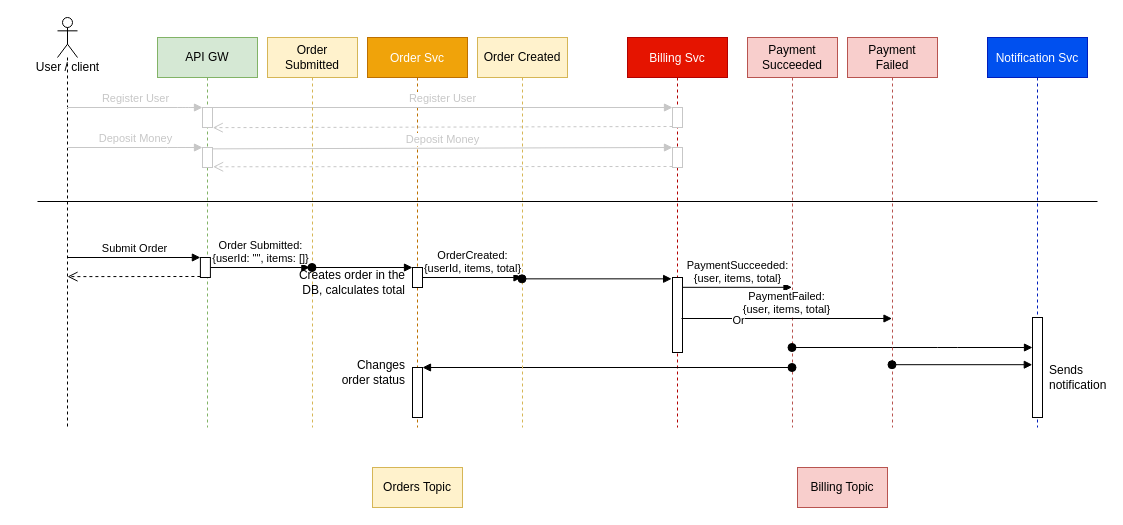
Earlier version of the draw.io diagram page "Event Collaboration" (3 of 3) of README.assets/the-three-interaction-styles.drawio (audintsev/otus-architect-eventing). Source tidied: cells renumbered, new cells numbered last; positions are measured from the earlier drawing's top-left corner, leaving out a move shared by most shapes. Both pictures are drawn from the tidied source at 100%, with x=0, y=0 at pixel (27, 17).
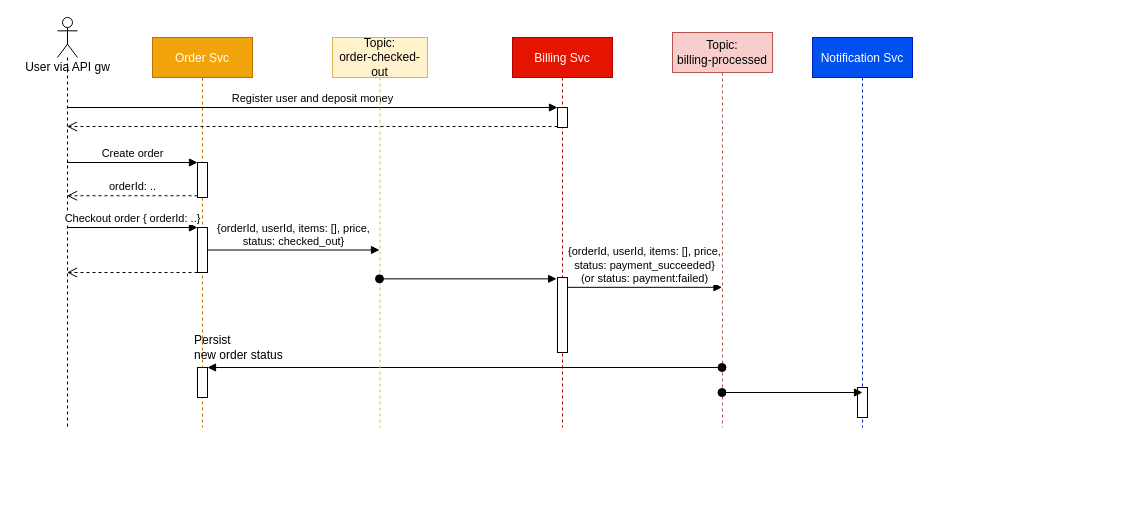
After the change.

Unchanged cells that the change refers to:
```xml
<mxCell id="8" style="html=1;points=[];perimeter=orthogonalPerimeter;" parent="5" vertex="1">
  <mxGeometry x="45" y="240" width="10" height="75" as="geometry" />
</mxCell>
<mxCell id="12" style="shape=umlLifeline;participant=umlActor;perimeter=lifelinePerimeter;whiteSpace=wrap;html=1;verticalAlign=top;spacingTop=36;outlineConnect=0;" parent="1" vertex="1">
  <mxGeometry x="30" width="20" height="410" as="geometry" />
</mxCell>
```

Diff of the diagram source:
```diff
@@
     <mxCell id="2" value="Order Svc" style="shape=umlLifeline;perimeter=lifelinePerimeter;rounded=0;shadow=0;strokeWidth=1;fillColor=#f0a30a;strokeColor=#BD7000;fontColor=#ffffff;" parent="1" vertex="1">
-      <mxGeometry x="340" y="20" width="100" height="390" as="geometry" />
+      <mxGeometry x="125" y="20" width="100" height="390" as="geometry" />
     </mxCell>
     <mxCell id="3" style="html=1;points=[];perimeter=orthogonalPerimeter;" parent="2" vertex="1">
-      <mxGeometry x="45" y="330" width="10" height="50" as="geometry" />
+      <mxGeometry x="45" y="330" width="10" height="30" as="geometry" />
     </mxCell>
     <mxCell id="4" style="html=1;points=[];perimeter=orthogonalPerimeter;align=right;" parent="2" vertex="1">
-      <mxGeometry x="45" y="230" width="10" height="20" as="geometry" />
+      <mxGeometry x="45" y="190" width="10" height="45" as="geometry" />
     </mxCell>
+    <mxCell id="45" style="html=1;points=[];perimeter=orthogonalPerimeter;strokeColor=#000000;" parent="2" vertex="1">
+      <mxGeometry x="45" y="125" width="10" height="35" as="geometry" />
+    </mxCell>
     <mxCell id="5" value="Billing Svc" style="shape=umlLifeline;perimeter=lifelinePerimeter;rounded=0;shadow=0;strokeWidth=1;fillColor=#e51400;strokeColor=#B20000;fontColor=#ffffff;" parent="1" vertex="1">
-      <mxGeometry x="600" y="20" width="100" height="390" as="geometry" />
+      <mxGeometry x="485" y="20" width="100" height="390" as="geometry" />
     </mxCell>
-    <mxCell id="6" style="html=1;points=[];perimeter=orthogonalPerimeter;strokeColor=#C7C7C7;fontColor=#C7C7C7;" parent="5" vertex="1">
+    <mxCell id="6" style="html=1;points=[];perimeter=orthogonalPerimeter;fontColor=#C7C7C7;" parent="5" vertex="1">
       <mxGeometry x="45" y="70" width="10" height="20" as="geometry" />
     </mxCell>
-    <mxCell id="7" style="html=1;points=[];perimeter=orthogonalPerimeter;strokeColor=#C7C7C7;" parent="5" vertex="1">
-      <mxGeometry x="45" y="110" width="10" height="20" as="geometry" />
-    </mxCell>
@@
     <mxCell id="9" value="Notification Svc" style="shape=umlLifeline;perimeter=lifelinePerimeter;rounded=0;shadow=0;strokeWidth=1;fillColor=#0050ef;strokeColor=#001DBC;fontColor=#ffffff;" parent="1" vertex="1">
-      <mxGeometry x="960" y="20" width="100" height="390" as="geometry" />
+      <mxGeometry x="785" y="20" width="100" height="390" as="geometry" />
     </mxCell>
     <mxCell id="10" style="html=1;points=[];perimeter=orthogonalPerimeter;" parent="9" vertex="1">
-      <mxGeometry x="45" y="280" width="10" height="100" as="geometry" />
+      <mxGeometry x="45" y="350" width="10" height="30" as="geometry" />
     </mxCell>
-    <mxCell id="11" value="Sends notification" style="text;html=1;strokeColor=none;fillColor=none;align=left;verticalAlign=middle;whiteSpace=wrap;rounded=0;" parent="9" vertex="1">
-      <mxGeometry x="60" y="330" width="40" height="20" as="geometry" />
-    </mxCell>
@@
-    <mxCell id="13" value="User / client" style="text;html=1;align=center;verticalAlign=middle;" parent="1" vertex="1">
-      <mxGeometry y="40" width="80" height="20" as="geometry" />
+    <mxCell id="13" value="User via API gw" style="text;html=1;align=center;verticalAlign=middle;" parent="1" vertex="1">
+      <mxGeometry x="-10" y="40" width="100" height="20" as="geometry" />
     </mxCell>
-    <mxCell id="14" value="API GW" style="shape=umlLifeline;perimeter=lifelinePerimeter;whiteSpace=wrap;html=1;fillColor=#d5e8d4;strokeColor=#82b366;" parent="1" vertex="1">
-      <mxGeometry x="130" y="20" width="100" height="390" as="geometry" />
-    </mxCell>
-    <mxCell id="15" style="html=1;points=[];perimeter=orthogonalPerimeter;strokeColor=#C7C7C7;fontColor=#C7C7C7;" parent="14" vertex="1">
-      <mxGeometry x="45" y="70" width="10" height="20" as="geometry" />
-    </mxCell>
-    <mxCell id="16" style="html=1;points=[];perimeter=orthogonalPerimeter;strokeColor=#C7C7C7;" parent="14" vertex="1">
-      <mxGeometry x="45" y="110" width="10" height="20" as="geometry" />
-    </mxCell>
-    <mxCell id="17" style="html=1;points=[];perimeter=orthogonalPerimeter;" parent="14" vertex="1">
-      <mxGeometry x="42.9" y="220" width="10" height="20" as="geometry" />
-    </mxCell>
-    <mxCell id="18" value="Register User" style="html=1;verticalAlign=bottom;endArrow=block;entryX=0;entryY=0;strokeColor=#C7C7C7;fontColor=#C7C7C7;" parent="1" edge="1" target="6">
-      <mxGeometry relative="1" as="geometry">
-        <mxPoint x="185" y="90" as="sourcePoint" />
-      </mxGeometry>
+    <mxCell id="18" value="&lt;font color=&quot;#000000&quot;&gt;Register user and deposit money&lt;/font&gt;" style="html=1;verticalAlign=bottom;endArrow=block;entryX=0;entryY=0;fontColor=#C7C7C7;" parent="1" edge="1" source="12" target="6">
+      <mxGeometry relative="1" as="geometry" />
     </mxCell>
-    <mxCell id="19" style="html=1;verticalAlign=bottom;endArrow=open;dashed=1;endSize=8;exitX=0;exitY=0.95;entryX=1.028;entryY=1.008;entryDx=0;entryDy=0;entryPerimeter=0;strokeColor=#C7C7C7;fontColor=#C7C7C7;" parent="1" edge="1" source="6" target="15">
+    <mxCell id="19" style="html=1;verticalAlign=bottom;endArrow=open;dashed=1;endSize=8;exitX=0;exitY=0.95;fontColor=#C7C7C7;" parent="1" edge="1" source="6" target="12">
       <mxGeometry relative="1" as="geometry" />
     </mxCell>
-    <mxCell id="20" value="Register User" style="html=1;verticalAlign=bottom;startArrow=none;endArrow=block;startSize=8;startFill=0;strokeColor=#C7C7C7;fontColor=#C7C7C7;" parent="1" edge="1" source="12" target="15">
-      <mxGeometry relative="1" as="geometry">
-        <Array as="points">
-          <mxPoint x="160" y="90" />
-        </Array>
-      </mxGeometry>
-    </mxCell>
-    <mxCell id="21" value="Deposit Money" style="html=1;verticalAlign=bottom;startArrow=none;endArrow=block;startSize=8;startFill=0;strokeColor=#C7C7C7;fontColor=#C7C7C7;" parent="1" edge="1" source="12" target="16">
-      <mxGeometry relative="1" as="geometry">
-        <Array as="points">
-          <mxPoint x="150" y="130" />
-        </Array>
-      </mxGeometry>
-    </mxCell>
-    <mxCell id="22" style="html=1;verticalAlign=bottom;endArrow=open;dashed=1;endSize=8;exitX=0;exitY=0.95;entryX=1.06;entryY=0.964;entryDx=0;entryDy=0;entryPerimeter=0;strokeColor=#C7C7C7;" parent="1" edge="1" source="7" target="16">
-      <mxGeometry relative="1" as="geometry" />
-    </mxCell>
-    <mxCell id="23" value="Deposit Money" style="html=1;verticalAlign=bottom;endArrow=block;entryX=0;entryY=0;exitX=0.996;exitY=0.068;exitDx=0;exitDy=0;exitPerimeter=0;strokeColor=#C7C7C7;fontColor=#C7C7C7;" parent="1" edge="1" source="16" target="7">
-      <mxGeometry relative="1" as="geometry" />
-    </mxCell>
-    <mxCell id="24" value="Order&lt;br&gt;Submitted" style="shape=umlLifeline;perimeter=lifelinePerimeter;whiteSpace=wrap;html=1;outlineConnect=0;fillColor=#fff2cc;strokeColor=#d6b656;" parent="1" vertex="1">
-      <mxGeometry x="240" y="20" width="90" height="390" as="geometry" />
-    </mxCell>
-    <mxCell id="25" value="Order Submitted:&lt;br&gt;{userId: &quot;&quot;, items: []}" style="html=1;verticalAlign=bottom;endArrow=block;" parent="1" edge="1">
-      <mxGeometry relative="1" as="geometry">
-        <mxPoint x="182.9" y="250" as="sourcePoint" />
-        <mxPoint x="282.4" y="250" as="targetPoint" />
-      </mxGeometry>
+    <mxCell id="25" value="{orderId, userId, items: [], price,&lt;br&gt;status: checked_out}" style="html=1;verticalAlign=bottom;endArrow=block;" parent="1" edge="1" source="4" target="37">
+      <mxGeometry relative="1" as="geometry" />
     </mxCell>
-    <mxCell id="26" style="html=1;verticalAlign=bottom;endArrow=open;dashed=1;endSize=8;exitX=0;exitY=0.95;entryX=0.5;entryY=0.632;entryDx=0;entryDy=0;entryPerimeter=0;" parent="1" edge="1" source="17" target="12">
-      <mxGeometry relative="1" as="geometry" />
+    <mxCell id="26" style="html=1;verticalAlign=bottom;endArrow=open;dashed=1;endSize=8;" parent="1" edge="1" source="4" target="12">
+      <mxGeometry relative="1" as="geometry">
+        <Array as="points">
+          <mxPoint x="135" y="255" />
+        </Array>
+      </mxGeometry>
     </mxCell>
-    <mxCell id="27" value="Submit Order" style="html=1;verticalAlign=bottom;endArrow=block;entryX=0;entryY=0;" parent="1" edge="1" source="12" target="17">
+    <mxCell id="27" value="Checkout order { orderId: ..}" style="html=1;verticalAlign=bottom;endArrow=block;" parent="1" edge="1" source="12" target="4">
       <mxGeometry relative="1" as="geometry" />
     </mxCell>
-    <mxCell id="28" value="Payment&lt;br&gt;Succeeded" style="shape=umlLifeline;perimeter=lifelinePerimeter;whiteSpace=wrap;html=1;outlineConnect=0;fillColor=#f8cecc;strokeColor=#b85450;" parent="1" vertex="1">
-      <mxGeometry x="720" y="20" width="90" height="390" as="geometry" />
+    <mxCell id="28" value="Topic:&lt;br&gt;billing-processed" style="shape=umlLifeline;perimeter=lifelinePerimeter;whiteSpace=wrap;html=1;outlineConnect=0;fillColor=#f8cecc;strokeColor=#b85450;" parent="1" vertex="1">
+      <mxGeometry x="645" y="15" width="100" height="395" as="geometry" />
     </mxCell>
-    <mxCell id="29" value="PaymentSucceeded:&lt;br&gt;{user, items, total}" style="html=1;verticalAlign=bottom;endArrow=block;exitX=1.03;exitY=0.131;exitDx=0;exitDy=0;exitPerimeter=0;" parent="1" edge="1" source="8" target="28">
+    <mxCell id="29" value="{orderId, userId, items: [], price,&lt;br&gt;status: payment_succeeded}&lt;br&gt;(or status: payment:failed)" style="html=1;verticalAlign=bottom;endArrow=block;exitX=1.03;exitY=0.131;exitDx=0;exitDy=0;exitPerimeter=0;" parent="1" edge="1" source="8" target="28">
       <mxGeometry relative="1" as="geometry" />
     </mxCell>
@@
-    <mxCell id="31" style="html=1;verticalAlign=bottom;startArrow=oval;endArrow=block;startSize=8;" parent="1" edge="1" source="28" target="10">
-      <mxGeometry x="0.46" relative="1" as="geometry">
-        <Array as="points">
-          <mxPoint x="920" y="330" />
-        </Array>
-      </mxGeometry>
-    </mxCell>
-    <mxCell id="32" value="Changes order status" style="text;html=1;strokeColor=none;fillColor=none;align=right;verticalAlign=middle;whiteSpace=wrap;rounded=0;" parent="1" vertex="1">
-      <mxGeometry x="310" y="340" width="70" height="30" as="geometry" />
+    <mxCell id="32" value="Persist&lt;br&gt;new order status" style="text;html=1;strokeColor=none;fillColor=none;align=left;verticalAlign=middle;whiteSpace=wrap;rounded=0;" parent="1" vertex="1">
+      <mxGeometry x="165" y="315" width="95" height="30" as="geometry" />
     </mxCell>
-    <mxCell id="33" style="line;strokeWidth=1;fillColor=none;align=left;verticalAlign=middle;spacingTop=-1;spacingLeft=3;spacingRight=3;labelPosition=right;" parent="1" vertex="1">
-      <mxGeometry x="10" y="180" width="1060" height="8" as="geometry" />
-    </mxCell>
-    <mxCell id="34" value="Payment&lt;br&gt;Failed" style="shape=umlLifeline;perimeter=lifelinePerimeter;whiteSpace=wrap;html=1;outlineConnect=0;fillColor=#f8cecc;strokeColor=#b85450;" parent="1" vertex="1">
-      <mxGeometry x="820" y="20" width="90" height="390" as="geometry" />
-    </mxCell>
-    <mxCell id="35" value="PaymentFailed:&lt;br&gt;{user, items, total}" style="html=1;verticalAlign=bottom;endArrow=block;" parent="1" edge="1" target="34">
-      <mxGeometry relative="1" as="geometry">
-        <mxPoint x="654" y="301" as="sourcePoint" />
-      </mxGeometry>
-    </mxCell>
-    <mxCell id="36" value="Or" style="edgeLabel;html=1;align=center;verticalAlign=middle;" parent="35" vertex="1">
-      <mxGeometry x="0.05" y="-1" relative="1" as="geometry">
-        <mxPoint x="-54.8" as="offset" />
-      </mxGeometry>
-    </mxCell>
-    <mxCell id="37" value="Order Created" style="shape=umlLifeline;perimeter=lifelinePerimeter;whiteSpace=wrap;html=1;outlineConnect=0;fillColor=#fff2cc;strokeColor=#d6b656;" parent="1" vertex="1">
-      <mxGeometry x="450" y="20" width="90" height="390" as="geometry" />
+    <mxCell id="37" value="Topic:&lt;br&gt;order-checked-out" style="shape=umlLifeline;perimeter=lifelinePerimeter;whiteSpace=wrap;html=1;outlineConnect=0;fillColor=#fff2cc;strokeColor=#d6b656;" parent="1" vertex="1">
+      <mxGeometry x="305" y="20" width="95" height="390" as="geometry" />
     </mxCell>
-    <mxCell id="38" style="html=1;verticalAlign=bottom;startArrow=oval;endArrow=block;startSize=8;" parent="1" edge="1" source="24" target="4">
-      <mxGeometry relative="1" as="geometry" />
-    </mxCell>
-    <mxCell id="39" value="OrderCreated:&lt;br&gt;{userId, items, total}" style="html=1;verticalAlign=bottom;endArrow=block;" parent="1" edge="1" target="37">
-      <mxGeometry relative="1" as="geometry">
-        <mxPoint x="395" y="260" as="sourcePoint" />
-      </mxGeometry>
-    </mxCell>
@@
-    <mxCell id="41" value="Creates order in the DB, calculates total" style="text;html=1;strokeColor=none;fillColor=none;align=right;verticalAlign=middle;whiteSpace=wrap;rounded=0;" parent="1" vertex="1">
-      <mxGeometry x="250" y="250" width="130" height="30" as="geometry" />
-    </mxCell>
-    <mxCell id="42" style="html=1;verticalAlign=bottom;startArrow=oval;startFill=1;endArrow=block;startSize=8;entryX=-0.02;entryY=0.472;entryDx=0;entryDy=0;entryPerimeter=0;" parent="1" edge="1" source="34" target="10">
-      <mxGeometry relative="1" as="geometry" />
-    </mxCell>
-    <mxCell id="43" value="Orders Topic" style="rounded=0;whiteSpace=wrap;html=1;align=center;fillColor=#fff2cc;strokeColor=#d6b656;" parent="1" vertex="1">
-      <mxGeometry x="345" y="450" width="90" height="40" as="geometry" />
-    </mxCell>
-    <mxCell id="44" value="Billing Topic" style="rounded=0;whiteSpace=wrap;html=1;align=center;fillColor=#f8cecc;strokeColor=#b85450;" parent="1" vertex="1">
-      <mxGeometry x="770" y="450" width="90" height="40" as="geometry" />
-    </mxCell>
+    <mxCell id="46" value="Create order" style="html=1;verticalAlign=bottom;endArrow=block;entryX=0;entryY=0;strokeColor=#000000;" parent="1" edge="1" source="12" target="45">
+      <mxGeometry relative="1" as="geometry" />
+    </mxCell>
+    <mxCell id="47" value="orderId: .." style="html=1;verticalAlign=bottom;endArrow=open;dashed=1;endSize=8;exitX=0;exitY=0.95;strokeColor=#000000;" parent="1" edge="1" source="45" target="12">
+      <mxGeometry relative="1" as="geometry" />
+    </mxCell>
+    <mxCell id="48" style="html=1;verticalAlign=bottom;startArrow=oval;startFill=1;endArrow=block;startSize=8;strokeColor=#000000;" parent="1" edge="1" source="28">
+      <mxGeometry relative="1" as="geometry">
+        <mxPoint x="835" y="375" as="targetPoint" />
+      </mxGeometry>
+    </mxCell>
```
